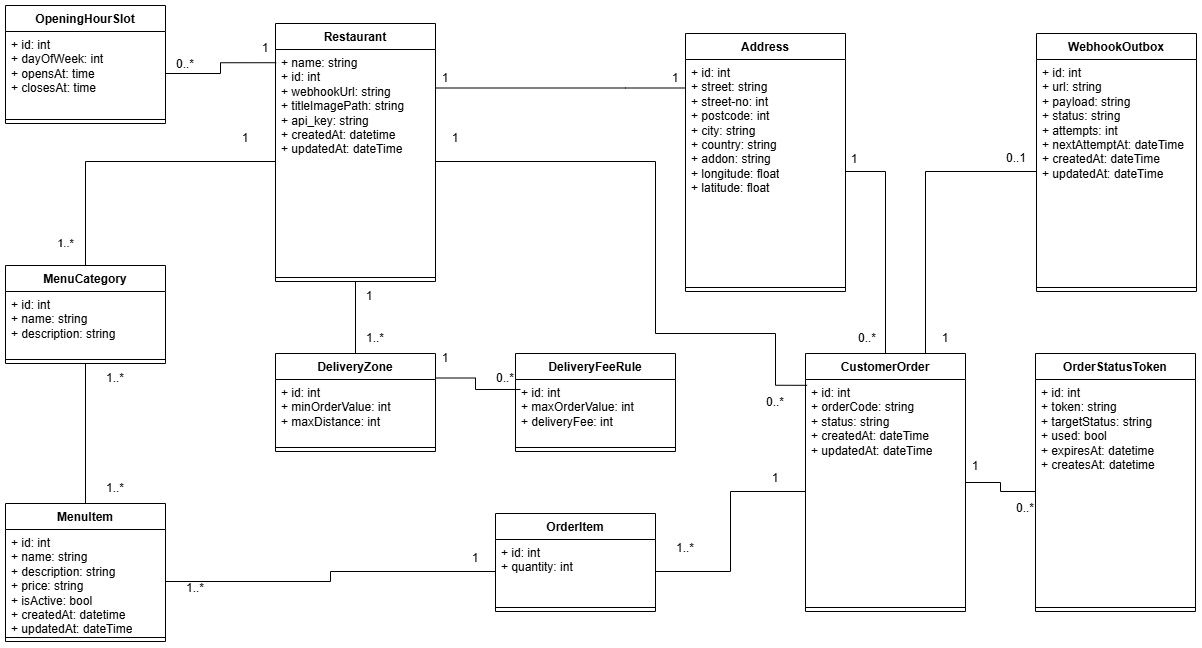
This is docs/images/db_diagram.png from merlibird/bite-project, a draw.io export, as it was before one commit. Source tidied: cells renumbered, new cells last; positions are measured from the earlier drawing's top-left corner, leaving out a move shared by most shapes.
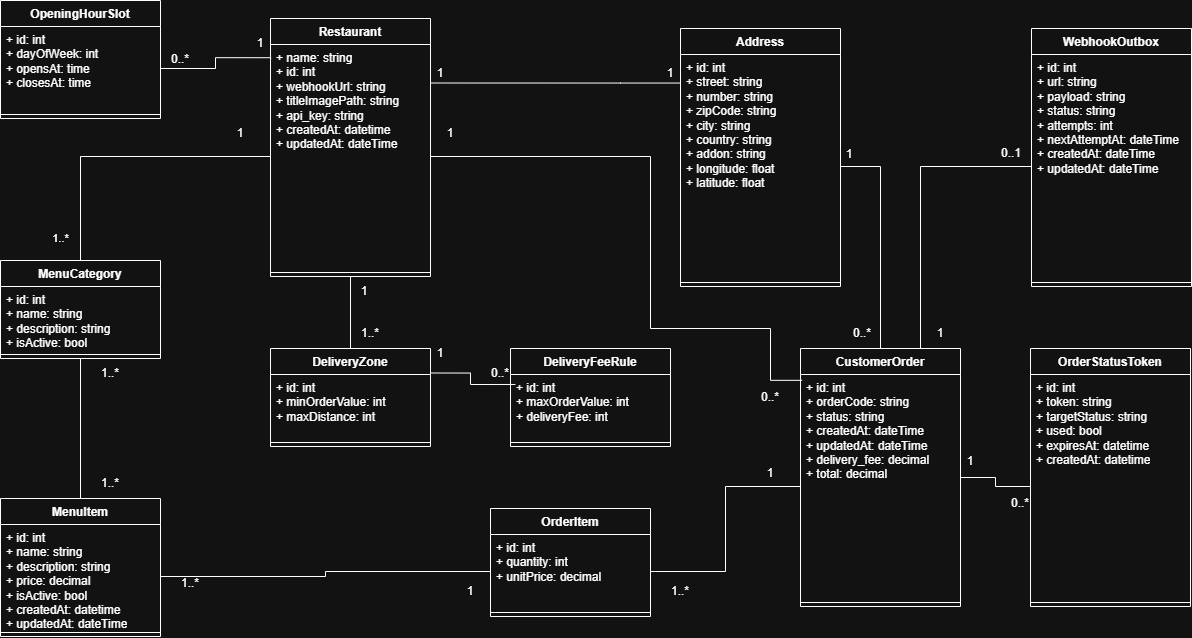
After the change.

Diff of the diagram source:
```diff
@@ -65,7 +65,7 @@
     <mxCell id="22" value="MenuCategory" style="swimlane;fontStyle=1;align=center;verticalAlign=top;horizontal=1;startSize=26;whiteSpace=wrap;html=1;" parent="1" vertex="1">
       <mxGeometry y="260" width="160" height="98" as="geometry" />
     </mxCell>
-    <mxCell id="23" value="+ id: int&lt;div&gt;+ name: string&lt;/div&gt;&lt;div&gt;+ description: string&lt;/div&gt;" style="text;strokeColor=none;fillColor=none;align=left;verticalAlign=top;spacingLeft=4;spacingRight=4;overflow=hidden;whiteSpace=wrap;html=1;" parent="22" vertex="1">
+    <mxCell id="23" value="+ id: int&lt;div&gt;+ name: string&lt;/div&gt;&lt;div&gt;+ description: string&lt;/div&gt;&lt;div&gt;+ isActive: bool&lt;/div&gt;" style="text;strokeColor=none;fillColor=none;align=left;verticalAlign=top;spacingLeft=4;spacingRight=4;overflow=hidden;whiteSpace=wrap;html=1;" parent="22" vertex="1">
       <mxGeometry y="26" width="160" height="64" as="geometry" />
     </mxCell>
     <mxCell id="24" style="line;strokeWidth=1;fillColor=none;align=left;verticalAlign=middle;spacingTop=-1;spacingLeft=3;spacingRight=3;labelPosition=right;strokeColor=inherit;" parent="22" vertex="1">
@@ -81,7 +81,7 @@
     <mxCell id="26" value="MenuItem" style="swimlane;fontStyle=1;align=center;verticalAlign=top;horizontal=1;startSize=26;whiteSpace=wrap;html=1;" parent="1" vertex="1">
       <mxGeometry y="498" width="160" height="138" as="geometry" />
     </mxCell>
-    <mxCell id="27" value="+ id: int&lt;div&gt;+ name: string&lt;/div&gt;&lt;div&gt;+ description: string&lt;/div&gt;&lt;div&gt;+ price: string&lt;/div&gt;&lt;div&gt;+ isActive: bool&lt;/div&gt;&lt;div&gt;+ createdAt: datetime&lt;/div&gt;&lt;div&gt;+ updatedAt: dateTime&lt;/div&gt;" style="text;strokeColor=none;fillColor=none;align=left;verticalAlign=top;spacingLeft=4;spacingRight=4;overflow=hidden;points=[[0,0.5],[1,0.5]];portConstraint=eastwest;whiteSpace=wrap;html=1;" parent="26" vertex="1">
+    <mxCell id="27" value="+ id: int&lt;div&gt;+ name: string&lt;/div&gt;&lt;div&gt;+ description: string&lt;/div&gt;&lt;div&gt;+ price: decimal&lt;/div&gt;&lt;div&gt;+ isActive: bool&lt;/div&gt;&lt;div&gt;+ createdAt: datetime&lt;/div&gt;&lt;div&gt;+ updatedAt: dateTime&lt;/div&gt;" style="text;strokeColor=none;fillColor=none;align=left;verticalAlign=top;spacingLeft=4;spacingRight=4;overflow=hidden;points=[[0,0.5],[1,0.5]];portConstraint=eastwest;whiteSpace=wrap;html=1;" parent="26" vertex="1">
       <mxGeometry y="26" width="160" height="104" as="geometry" />
     </mxCell>
     <mxCell id="28" style="line;strokeWidth=1;fillColor=none;align=left;verticalAlign=middle;spacingTop=-1;spacingLeft=3;spacingRight=3;labelPosition=right;strokeColor=inherit;" parent="26" vertex="1">
@@ -99,7 +99,7 @@
     <mxCell id="32" value="Address" style="swimlane;fontStyle=1;align=center;verticalAlign=top;horizontal=1;startSize=26;whiteSpace=wrap;html=1;" parent="1" vertex="1">
       <mxGeometry x="680" y="28" width="160" height="258" as="geometry" />
     </mxCell>
-    <mxCell id="33" value="&lt;div&gt;+ id: int&lt;br&gt;&lt;div&gt;+ street: string&lt;/div&gt;&lt;div&gt;+ street-no: int&lt;/div&gt;&lt;div&gt;+ postcode: int&lt;/div&gt;&lt;div&gt;+ city: string&lt;/div&gt;&lt;div&gt;+ country: string&lt;/div&gt;&lt;div&gt;+ addon: string&lt;/div&gt;&lt;div&gt;+ longitude: float&lt;/div&gt;&lt;div&gt;+ latitude: float&amp;nbsp;&lt;/div&gt;&lt;/div&gt;" style="text;strokeColor=none;fillColor=none;align=left;verticalAlign=top;spacingLeft=4;spacingRight=4;overflow=hidden;points=[[0,0.5],[1,0.5]];portConstraint=eastwest;whiteSpace=wrap;html=1;" parent="32" vertex="1">
+    <mxCell id="33" value="&lt;div&gt;+ id: int&lt;br&gt;&lt;div&gt;+ street: string&lt;/div&gt;&lt;div&gt;+ number: string&lt;/div&gt;&lt;div&gt;+ zipCode: string&lt;/div&gt;&lt;div&gt;+ city: string&lt;/div&gt;&lt;div&gt;+ country: string&lt;/div&gt;&lt;div&gt;+ addon: string&lt;/div&gt;&lt;div&gt;+ longitude: float&lt;/div&gt;&lt;div&gt;+ latitude: float&amp;nbsp;&lt;/div&gt;&lt;/div&gt;" style="text;strokeColor=none;fillColor=none;align=left;verticalAlign=top;spacingLeft=4;spacingRight=4;overflow=hidden;points=[[0,0.5],[1,0.5]];portConstraint=eastwest;whiteSpace=wrap;html=1;" parent="32" vertex="1">
       <mxGeometry y="26" width="160" height="224" as="geometry" />
     </mxCell>
     <mxCell id="34" style="line;strokeWidth=1;fillColor=none;align=left;verticalAlign=middle;spacingTop=-1;spacingLeft=3;spacingRight=3;labelPosition=right;strokeColor=inherit;" parent="32" vertex="1">
@@ -125,7 +125,7 @@
     <mxCell id="39" value="CustomerOrder" style="swimlane;fontStyle=1;align=center;verticalAlign=top;horizontal=1;startSize=26;whiteSpace=wrap;html=1;" parent="1" vertex="1">
       <mxGeometry x="800" y="348" width="160" height="258" as="geometry" />
     </mxCell>
-    <mxCell id="40" value="+ id: int&lt;div&gt;+ orderCode: string&lt;br&gt;&lt;div&gt;+ status: string&lt;/div&gt;&lt;div&gt;+ createdAt: dateTime&lt;/div&gt;&lt;/div&gt;&lt;div&gt;+ updatedAt: dateTime&lt;/div&gt;" style="text;strokeColor=none;fillColor=none;align=left;verticalAlign=top;spacingLeft=4;spacingRight=4;overflow=hidden;points=[[0,0.5],[1,0.5]];portConstraint=eastwest;whiteSpace=wrap;html=1;" parent="39" vertex="1">
+    <mxCell id="40" value="+ id: int&lt;div&gt;&lt;div&gt;+ orderCode: string&lt;br&gt;&lt;div&gt;+ status: string&lt;/div&gt;&lt;div&gt;+ createdAt: dateTime&lt;/div&gt;&lt;/div&gt;&lt;div&gt;+ updatedAt: dateTime&lt;/div&gt;&lt;/div&gt;&lt;div&gt;&lt;div&gt;+ delivery_fee: decimal&lt;/div&gt;&lt;div&gt;+ total: decimal&lt;/div&gt;&lt;div&gt;&lt;br&gt;&lt;/div&gt;&lt;/div&gt;" style="text;strokeColor=none;fillColor=none;align=left;verticalAlign=top;spacingLeft=4;spacingRight=4;overflow=hidden;points=[[0,0.5],[1,0.5]];portConstraint=eastwest;whiteSpace=wrap;html=1;" parent="39" vertex="1">
       <mxGeometry y="26" width="160" height="224" as="geometry" />
     </mxCell>
     <mxCell id="41" style="line;strokeWidth=1;fillColor=none;align=left;verticalAlign=middle;spacingTop=-1;spacingLeft=3;spacingRight=3;labelPosition=right;strokeColor=inherit;" parent="39" vertex="1">
@@ -163,13 +163,13 @@
       <mxGeometry x="832" y="318" width="60" height="30" as="geometry" />
     </mxCell>
     <mxCell id="50" value="OrderItem" style="swimlane;fontStyle=1;align=center;verticalAlign=top;horizontal=1;startSize=26;whiteSpace=wrap;html=1;" parent="1" vertex="1">
-      <mxGeometry x="490" y="508" width="160" height="98" as="geometry" />
+      <mxGeometry x="490" y="508" width="160" height="108" as="geometry" />
     </mxCell>
-    <mxCell id="51" value="+ id: int&lt;div&gt;+ quantity: int&lt;span style=&quot;background-color: transparent; color: light-dark(rgb(0, 0, 0), rgb(255, 255, 255)); white-space: pre;&quot;&gt;&#9;&lt;/span&gt;&lt;/div&gt;" style="text;strokeColor=none;fillColor=none;align=left;verticalAlign=top;spacingLeft=4;spacingRight=4;overflow=hidden;points=[[0,0.5],[1,0.5]];portConstraint=eastwest;whiteSpace=wrap;html=1;" parent="50" vertex="1">
-      <mxGeometry y="26" width="160" height="64" as="geometry" />
+    <mxCell id="51" value="+ id: int&lt;div&gt;+ quantity: int&lt;span style=&quot;background-color: transparent; color: light-dark(rgb(0, 0, 0), rgb(255, 255, 255)); white-space: pre;&quot;&gt;&#9;&lt;/span&gt;&lt;/div&gt;&lt;div&gt;+ unitPrice: decimal&lt;/div&gt;" style="text;strokeColor=none;fillColor=none;align=left;verticalAlign=top;spacingLeft=4;spacingRight=4;overflow=hidden;points=[[0,0.5],[1,0.5]];portConstraint=eastwest;whiteSpace=wrap;html=1;" parent="50" vertex="1">
+      <mxGeometry y="26" width="160" height="74" as="geometry" />
     </mxCell>
     <mxCell id="52" style="line;strokeWidth=1;fillColor=none;align=left;verticalAlign=middle;spacingTop=-1;spacingLeft=3;spacingRight=3;labelPosition=right;strokeColor=inherit;" parent="50" vertex="1">
-      <mxGeometry y="90" width="160" height="8" as="geometry" />
+      <mxGeometry y="100" width="160" height="8" as="geometry" />
     </mxCell>
     <mxCell id="53" style="edgeStyle=orthogonalEdgeStyle;rounded=0;jettySize=auto;html=1;entryX=0;entryY=0.5;entryDx=0;entryDy=0;endArrow=none;endFill=0;" parent="1" edge="1" source="27" target="51">
       <mxGeometry relative="1" as="geometry" />
@@ -178,15 +178,15 @@
       <mxGeometry relative="1" as="geometry" />
     </mxCell>
     <mxCell id="55" value="1..*" style="text;html=1;whiteSpace=wrap;strokeColor=none;fillColor=none;align=center;verticalAlign=middle;rounded=0;" parent="1" vertex="1">
-      <mxGeometry x="650" y="528" width="60" height="30" as="geometry" />
+      <mxGeometry x="650" y="576" width="60" height="30" as="geometry" />
     </mxCell>
     <mxCell id="56" value="1" style="text;html=1;whiteSpace=wrap;strokeColor=none;fillColor=none;align=center;verticalAlign=middle;rounded=0;" parent="1" vertex="1">
-      <mxGeometry x="440" y="538" width="60" height="30" as="geometry" />
+      <mxGeometry x="440" y="576" width="60" height="30" as="geometry" />
     </mxCell>
     <mxCell id="57" value="OrderStatusToken" style="swimlane;fontStyle=1;align=center;verticalAlign=top;horizontal=1;startSize=26;whiteSpace=wrap;html=1;" parent="1" vertex="1">
       <mxGeometry x="1030" y="348" width="160" height="258" as="geometry" />
     </mxCell>
-    <mxCell id="58" value="+ id: int&lt;br&gt;&lt;div&gt;+ token: string&lt;/div&gt;&lt;div&gt;+ targetStatus: string&amp;nbsp;&lt;/div&gt;&lt;div&gt;+ used: bool&lt;/div&gt;&lt;div&gt;+ expiresAt: datetime&lt;/div&gt;&lt;div&gt;+ createsAt: datetime&lt;/div&gt;" style="text;strokeColor=none;fillColor=none;align=left;verticalAlign=top;spacingLeft=4;spacingRight=4;overflow=hidden;points=[[0,0.5],[1,0.5]];portConstraint=eastwest;whiteSpace=wrap;html=1;" parent="57" vertex="1">
+    <mxCell id="58" value="+ id: int&lt;br&gt;&lt;div&gt;+ token: string&lt;/div&gt;&lt;div&gt;+ targetStatus: string&amp;nbsp;&lt;/div&gt;&lt;div&gt;+ used: bool&lt;/div&gt;&lt;div&gt;+ expiresAt: datetime&lt;/div&gt;&lt;div&gt;+ createdAt: datetime&lt;/div&gt;" style="text;strokeColor=none;fillColor=none;align=left;verticalAlign=top;spacingLeft=4;spacingRight=4;overflow=hidden;points=[[0,0.5],[1,0.5]];portConstraint=eastwest;whiteSpace=wrap;html=1;" parent="57" vertex="1">
       <mxGeometry y="26" width="160" height="224" as="geometry" />
     </mxCell>
     <mxCell id="59" style="line;strokeWidth=1;fillColor=none;align=left;verticalAlign=middle;spacingTop=-1;spacingLeft=3;spacingRight=3;labelPosition=right;strokeColor=inherit;" parent="57" vertex="1">
```
